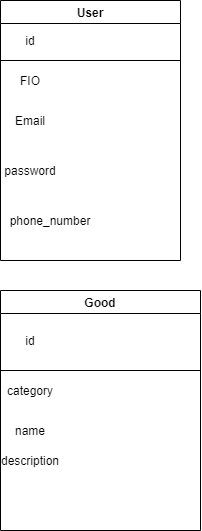
This is DataBase.png from Amir0701/Rustem, a draw.io export, as it was before one commit. Source tidied: cells renumbered, new cells last; positions are measured from the earlier drawing's top-left corner, leaving out a move shared by most shapes. The source it was exported from:
```xml
<mxGraphModel>
  <root>
    <mxCell id="0" />
    <mxCell id="1" parent="0" />
    <mxCell id="2" value="User" style="swimlane;" parent="1" vertex="1">
      <mxGeometry width="180" height="260" as="geometry" />
    </mxCell>
    <mxCell id="3" style="endArrow=none;html=1;" parent="2" edge="1">
      <mxGeometry relative="1" as="geometry">
        <mxPoint y="60" as="sourcePoint" />
        <mxPoint x="180" y="60" as="targetPoint" />
      </mxGeometry>
    </mxCell>
    <mxCell id="4" value="FIO" style="text;html=1;strokeColor=none;fillColor=none;align=center;verticalAlign=middle;whiteSpace=wrap;rounded=0;" parent="2" vertex="1">
      <mxGeometry x="10" y="70" width="40" height="20" as="geometry" />
    </mxCell>
    <mxCell id="5" value="Email" style="text;html=1;strokeColor=none;fillColor=none;align=center;verticalAlign=middle;whiteSpace=wrap;rounded=0;" parent="2" vertex="1">
      <mxGeometry x="10" y="110" width="40" height="20" as="geometry" />
    </mxCell>
    <mxCell id="6" value="password" style="text;html=1;strokeColor=none;fillColor=none;align=center;verticalAlign=middle;whiteSpace=wrap;rounded=0;" parent="2" vertex="1">
      <mxGeometry x="10" y="160" width="40" height="20" as="geometry" />
    </mxCell>
    <mxCell id="7" value="phone_number" style="text;html=1;strokeColor=none;fillColor=none;align=center;verticalAlign=middle;whiteSpace=wrap;rounded=0;" parent="2" vertex="1">
      <mxGeometry x="30" y="210" width="40" height="20" as="geometry" />
    </mxCell>
    <mxCell id="8" value="id" style="text;html=1;strokeColor=none;fillColor=none;align=center;verticalAlign=middle;whiteSpace=wrap;rounded=0;" parent="2" vertex="1">
      <mxGeometry x="10" y="30" width="40" height="20" as="geometry" />
    </mxCell>
    <mxCell id="9" value="Good" style="swimlane;" parent="1" vertex="1">
      <mxGeometry y="290" width="200" height="240" as="geometry" />
    </mxCell>
    <mxCell id="10" value="id" style="text;html=1;strokeColor=none;fillColor=none;align=center;verticalAlign=middle;whiteSpace=wrap;rounded=0;" parent="9" vertex="1">
      <mxGeometry x="10" y="40" width="40" height="20" as="geometry" />
    </mxCell>
    <mxCell id="11" style="endArrow=none;html=1;" parent="9" edge="1">
      <mxGeometry relative="1" as="geometry">
        <mxPoint y="80" as="sourcePoint" />
        <mxPoint x="200" y="80" as="targetPoint" />
      </mxGeometry>
    </mxCell>
    <mxCell id="12" value="category" style="text;html=1;strokeColor=none;fillColor=none;align=center;verticalAlign=middle;whiteSpace=wrap;rounded=0;" parent="9" vertex="1">
      <mxGeometry x="10" y="90" width="40" height="20" as="geometry" />
    </mxCell>
    <mxCell id="13" value="name" style="text;html=1;strokeColor=none;fillColor=none;align=center;verticalAlign=middle;whiteSpace=wrap;rounded=0;" parent="9" vertex="1">
      <mxGeometry x="10" y="130" width="40" height="20" as="geometry" />
    </mxCell>
    <mxCell id="14" value="description" style="text;html=1;strokeColor=none;fillColor=none;align=center;verticalAlign=middle;whiteSpace=wrap;rounded=0;" parent="9" vertex="1">
      <mxGeometry x="10" y="160" width="40" height="20" as="geometry" />
    </mxCell>
  </root>
</mxGraphModel>
```
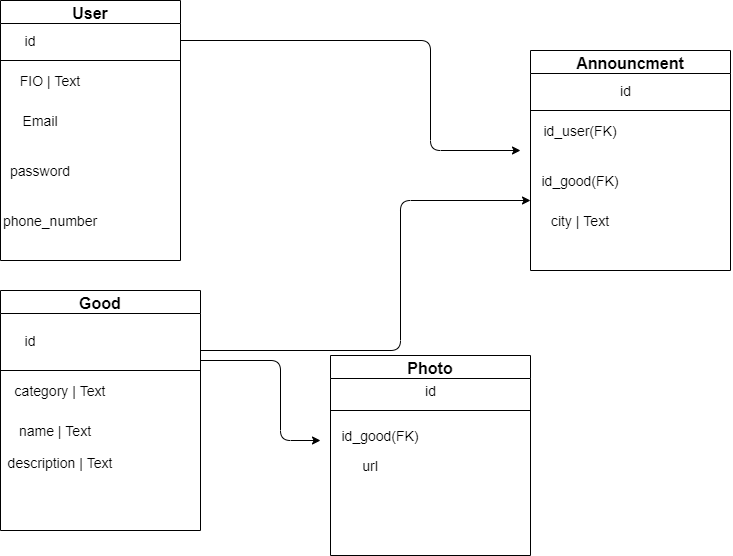
Later version of the same file.

Change to the diagram source:
```diff
@@ -2,7 +2,7 @@
   <root>
     <mxCell id="0" />
     <mxCell id="1" parent="0" />
-    <mxCell id="2" value="User" style="swimlane;" parent="1" vertex="1">
+    <mxCell id="2" value="User" style="swimlane;fontSize=16;" parent="1" vertex="1">
       <mxGeometry width="180" height="260" as="geometry" />
     </mxCell>
     <mxCell id="3" style="endArrow=none;html=1;" parent="2" edge="1">
@@ -11,25 +11,25 @@
         <mxPoint x="180" y="60" as="targetPoint" />
       </mxGeometry>
     </mxCell>
-    <mxCell id="4" value="FIO" style="text;html=1;strokeColor=none;fillColor=none;align=center;verticalAlign=middle;whiteSpace=wrap;rounded=0;" parent="2" vertex="1">
-      <mxGeometry x="10" y="70" width="40" height="20" as="geometry" />
+    <mxCell id="4" value="&lt;font style=&quot;font-size: 14px&quot;&gt;FIO | Text&lt;/font&gt;" style="text;html=1;strokeColor=none;fillColor=none;align=center;verticalAlign=middle;whiteSpace=wrap;rounded=0;" parent="2" vertex="1">
+      <mxGeometry x="5" y="70" width="90" height="20" as="geometry" />
     </mxCell>
-    <mxCell id="5" value="Email" style="text;html=1;strokeColor=none;fillColor=none;align=center;verticalAlign=middle;whiteSpace=wrap;rounded=0;" parent="2" vertex="1">
-      <mxGeometry x="10" y="110" width="40" height="20" as="geometry" />
+    <mxCell id="5" value="&lt;font style=&quot;font-size: 14px&quot;&gt;Email&lt;/font&gt;" style="text;html=1;strokeColor=none;fillColor=none;align=center;verticalAlign=middle;whiteSpace=wrap;rounded=0;" parent="2" vertex="1">
+      <mxGeometry x="20" y="110" width="40" height="20" as="geometry" />
     </mxCell>
-    <mxCell id="6" value="password" style="text;html=1;strokeColor=none;fillColor=none;align=center;verticalAlign=middle;whiteSpace=wrap;rounded=0;" parent="2" vertex="1">
-      <mxGeometry x="10" y="160" width="40" height="20" as="geometry" />
+    <mxCell id="6" value="&lt;font style=&quot;font-size: 14px&quot;&gt;password&lt;/font&gt;" style="text;html=1;strokeColor=none;fillColor=none;align=center;verticalAlign=middle;whiteSpace=wrap;rounded=0;" parent="2" vertex="1">
+      <mxGeometry x="20" y="160" width="40" height="20" as="geometry" />
     </mxCell>
-    <mxCell id="7" value="phone_number" style="text;html=1;strokeColor=none;fillColor=none;align=center;verticalAlign=middle;whiteSpace=wrap;rounded=0;" parent="2" vertex="1">
+    <mxCell id="7" value="&lt;font style=&quot;font-size: 14px&quot;&gt;phone_number&lt;/font&gt;" style="text;html=1;strokeColor=none;fillColor=none;align=center;verticalAlign=middle;whiteSpace=wrap;rounded=0;" parent="2" vertex="1">
       <mxGeometry x="30" y="210" width="40" height="20" as="geometry" />
     </mxCell>
-    <mxCell id="8" value="id" style="text;html=1;strokeColor=none;fillColor=none;align=center;verticalAlign=middle;whiteSpace=wrap;rounded=0;" parent="2" vertex="1">
+    <mxCell id="8" value="&lt;font style=&quot;font-size: 14px&quot;&gt;id&lt;/font&gt;" style="text;html=1;strokeColor=none;fillColor=none;align=center;verticalAlign=middle;whiteSpace=wrap;rounded=0;" parent="2" vertex="1">
       <mxGeometry x="10" y="30" width="40" height="20" as="geometry" />
     </mxCell>
-    <mxCell id="9" value="Good" style="swimlane;" parent="1" vertex="1">
+    <mxCell id="9" value="Good" style="swimlane;fontSize=16;" parent="1" vertex="1">
       <mxGeometry y="290" width="200" height="240" as="geometry" />
     </mxCell>
-    <mxCell id="10" value="id" style="text;html=1;strokeColor=none;fillColor=none;align=center;verticalAlign=middle;whiteSpace=wrap;rounded=0;" parent="9" vertex="1">
+    <mxCell id="10" value="&lt;font style=&quot;font-size: 14px&quot;&gt;id&lt;/font&gt;" style="text;html=1;strokeColor=none;fillColor=none;align=center;verticalAlign=middle;whiteSpace=wrap;rounded=0;" parent="9" vertex="1">
       <mxGeometry x="10" y="40" width="40" height="20" as="geometry" />
     </mxCell>
     <mxCell id="11" style="endArrow=none;html=1;" parent="9" edge="1">
@@ -38,14 +38,83 @@
         <mxPoint x="200" y="80" as="targetPoint" />
       </mxGeometry>
     </mxCell>
-    <mxCell id="12" value="category" style="text;html=1;strokeColor=none;fillColor=none;align=center;verticalAlign=middle;whiteSpace=wrap;rounded=0;" parent="9" vertex="1">
-      <mxGeometry x="10" y="90" width="40" height="20" as="geometry" />
+    <mxCell id="12" value="&lt;font style=&quot;font-size: 14px&quot;&gt;category | Text&lt;/font&gt;" style="text;html=1;strokeColor=none;fillColor=none;align=center;verticalAlign=middle;whiteSpace=wrap;rounded=0;" parent="9" vertex="1">
+      <mxGeometry x="10" y="90" width="100" height="20" as="geometry" />
     </mxCell>
-    <mxCell id="13" value="name" style="text;html=1;strokeColor=none;fillColor=none;align=center;verticalAlign=middle;whiteSpace=wrap;rounded=0;" parent="9" vertex="1">
-      <mxGeometry x="10" y="130" width="40" height="20" as="geometry" />
+    <mxCell id="13" value="&lt;font style=&quot;font-size: 14px&quot;&gt;name | Text&lt;br&gt;&lt;/font&gt;" style="text;html=1;strokeColor=none;fillColor=none;align=center;verticalAlign=middle;whiteSpace=wrap;rounded=0;" parent="9" vertex="1">
+      <mxGeometry x="10" y="130" width="90" height="20" as="geometry" />
     </mxCell>
-    <mxCell id="14" value="description" style="text;html=1;strokeColor=none;fillColor=none;align=center;verticalAlign=middle;whiteSpace=wrap;rounded=0;" parent="9" vertex="1">
-      <mxGeometry x="10" y="160" width="40" height="20" as="geometry" />
+    <mxCell id="14" value="&lt;font style=&quot;font-size: 14px&quot;&gt;description | Text&lt;br&gt;&lt;br&gt;&lt;/font&gt;" style="text;html=1;strokeColor=none;fillColor=none;align=center;verticalAlign=middle;whiteSpace=wrap;rounded=0;" parent="9" vertex="1">
+      <mxGeometry x="5" y="170" width="110" height="20" as="geometry" />
     </mxCell>
+    <mxCell id="15" value="Photo" style="swimlane;startSize=23;fontSize=16;" parent="1" vertex="1">
+      <mxGeometry x="330" y="355" width="200" height="200" as="geometry" />
+    </mxCell>
+    <mxCell id="16" value="&lt;font style=&quot;font-size: 14px&quot;&gt;id_good(FK)&lt;/font&gt;" style="text;html=1;strokeColor=none;fillColor=none;align=center;verticalAlign=middle;whiteSpace=wrap;rounded=0;" parent="15" vertex="1">
+      <mxGeometry x="30" y="70" width="40" height="20" as="geometry" />
+    </mxCell>
+    <mxCell id="17" value="&lt;font style=&quot;font-size: 14px&quot;&gt;url&lt;/font&gt;" style="text;html=1;strokeColor=none;fillColor=none;align=center;verticalAlign=middle;whiteSpace=wrap;rounded=0;" parent="15" vertex="1">
+      <mxGeometry x="20" y="100" width="40" height="20" as="geometry" />
+    </mxCell>
+    <mxCell id="18" style="endArrow=none;html=1;" parent="1" edge="1">
+      <mxGeometry relative="1" as="geometry">
+        <mxPoint x="330" y="410" as="sourcePoint" />
+        <mxPoint x="530" y="410" as="targetPoint" />
+      </mxGeometry>
+    </mxCell>
+    <mxCell id="19" value="&lt;font style=&quot;font-size: 14px&quot;&gt;id&lt;/font&gt;" style="text;html=1;align=center;verticalAlign=middle;strokeColor=none;fillColor=none;" parent="1" vertex="1">
+      <mxGeometry x="415" y="380" width="30" height="20" as="geometry" />
+    </mxCell>
+    <mxCell id="20" value="Announcment" style="swimlane;fontSize=16;" parent="1" vertex="1">
+      <mxGeometry x="530" y="50" width="200" height="220" as="geometry" />
+    </mxCell>
+    <mxCell id="21" style="endArrow=none;html=1;" parent="20" edge="1">
+      <mxGeometry relative="1" as="geometry">
+        <mxPoint y="60" as="sourcePoint" />
+        <mxPoint x="200" y="60" as="targetPoint" />
+      </mxGeometry>
+    </mxCell>
+    <mxCell id="22" value="&lt;font style=&quot;font-size: 14px&quot;&gt;id_user(FK)&lt;/font&gt;" style="text;html=1;strokeColor=none;fillColor=none;align=center;verticalAlign=middle;whiteSpace=wrap;rounded=0;strokeWidth=1;" parent="20" vertex="1">
+      <mxGeometry x="30" y="70" width="40" height="20" as="geometry" />
+    </mxCell>
+    <mxCell id="23" value="&lt;font style=&quot;font-size: 14px&quot;&gt;id_good(FK)&lt;/font&gt;" style="text;html=1;strokeColor=none;fillColor=none;align=center;verticalAlign=middle;whiteSpace=wrap;rounded=0;" parent="20" vertex="1">
+      <mxGeometry x="30" y="120" width="40" height="20" as="geometry" />
+    </mxCell>
+    <mxCell id="24" value="&lt;font style=&quot;font-size: 14px&quot;&gt;city | Text&lt;/font&gt;" style="text;html=1;strokeColor=none;fillColor=none;align=center;verticalAlign=middle;whiteSpace=wrap;rounded=0;" parent="20" vertex="1">
+      <mxGeometry x="10" y="160" width="80" height="20" as="geometry" />
+    </mxCell>
+    <mxCell id="25" value="&lt;font style=&quot;font-size: 14px&quot;&gt;id&lt;/font&gt;" style="text;html=1;align=center;verticalAlign=middle;strokeColor=none;fillColor=none;" parent="1" vertex="1">
+      <mxGeometry x="610" y="80" width="30" height="20" as="geometry" />
+    </mxCell>
+    <mxCell id="26" style="endArrow=classic;html=1;" parent="1" edge="1">
+      <mxGeometry relative="1" as="geometry">
+        <mxPoint x="180" y="40" as="sourcePoint" />
+        <mxPoint x="520" y="150" as="targetPoint" />
+        <Array as="points">
+          <mxPoint x="430" y="40" />
+          <mxPoint x="430" y="150" />
+        </Array>
+      </mxGeometry>
+    </mxCell>
+    <mxCell id="27" style="endArrow=classic;html=1;" parent="1" edge="1">
+      <mxGeometry relative="1" as="geometry">
+        <mxPoint x="200" y="350" as="sourcePoint" />
+        <mxPoint x="530" y="200" as="targetPoint" />
+        <Array as="points">
+          <mxPoint x="400" y="350" />
+          <mxPoint x="400" y="200" />
+        </Array>
+      </mxGeometry>
+    </mxCell>
+    <mxCell id="28" style="endArrow=classic;html=1;" parent="1" edge="1">
+      <mxGeometry relative="1" as="geometry">
+        <mxPoint x="200" y="360" as="sourcePoint" />
+        <mxPoint x="320" y="440" as="targetPoint" />
+        <Array as="points">
+          <mxPoint x="280" y="360" />
+          <mxPoint x="280" y="440" />
+        </Array>
+      </mxGeometry>
+    </mxCell>
   </root>
 </mxGraphModel>
```
